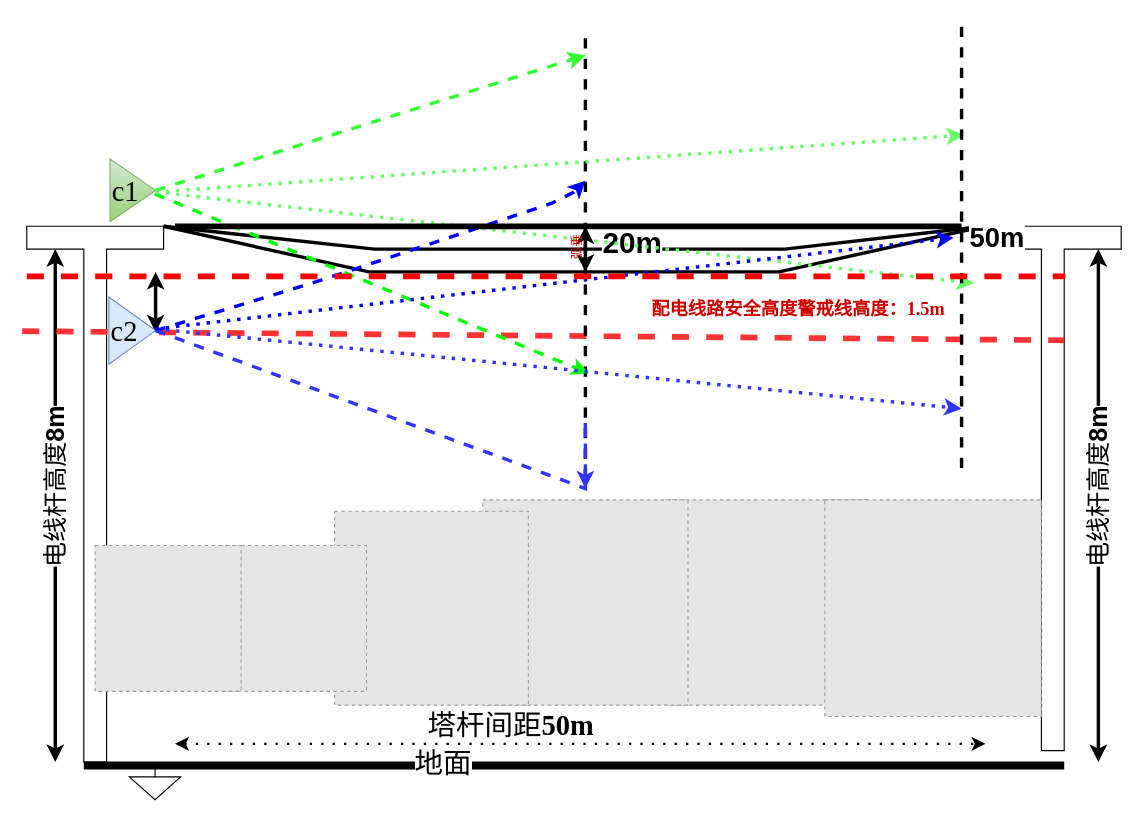
Earlier version of the draw.io diagram heigtht_safe_estimation.drawio (paleblackless/diagrams). Source tidied: cells renumbered, new cells numbered last; positions are measured from the earlier drawing's top-left corner, leaving out a move shared by most shapes. Both pictures are drawn from the tidied source at 114%, with x=0, y=0 at pixel (22, 21). Pictures stored in the file or linked from it are replaced by grey dashed boxes.
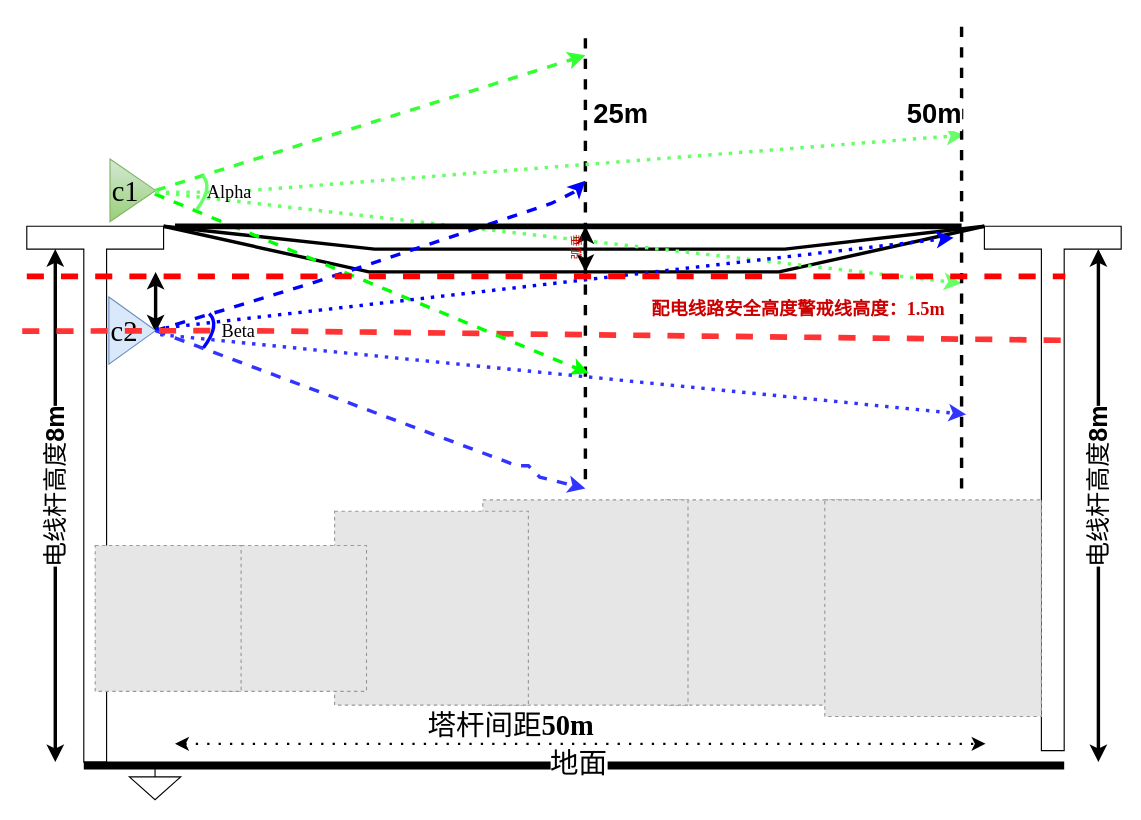
After the change.

Unchanged cells that the change refers to:
```xml
<mxCell id="7" style="endArrow=none;html=1;rounded=0;fontFamily=Times New Roman;fontSize=25;strokeWidth=7;entryX=0;entryY=0;entryDx=70;entryDy=360;entryPerimeter=0;exitX=0;exitY=0;exitDx=50;exitDy=360;exitPerimeter=0;" parent="1" edge="1">
  <mxGeometry relative="1" as="geometry">
    <mxPoint x="54" y="653" as="sourcePoint" />
    <mxPoint x="914" y="653" as="targetPoint" />
  </mxGeometry>
</mxCell>
<mxCell id="14" style="endArrow=none;html=1;rounded=0;fontFamily=Times New Roman;fontSize=25;strokeWidth=3;dashed=1;" parent="1" edge="1">
  <mxGeometry relative="1" as="geometry">
    <mxPoint x="494" y="402" as="sourcePoint" />
    <mxPoint x="494" y="10" as="targetPoint" />
  </mxGeometry>
</mxCell>
<mxCell id="25" value="c2" style="triangle;whiteSpace=wrap;html=1;fontFamily=Times New Roman;fontSize=25;fillColor=#dae8fc;strokeColor=#6c8ebf;align=left;" parent="1" vertex="1">
  <mxGeometry x="76" y="242" width="41" height="59" as="geometry" />
</mxCell>
```

What changed in the source:
```diff
@@
     <mxCell id="8" value="地面" style="edgeLabel;html=1;align=center;verticalAlign=middle;fontSize=25;fontFamily=Times New Roman;" parent="7" vertex="1">
-      <mxGeometry x="-0.27" y="3" relative="1" as="geometry" />
+      <mxGeometry x="-0.27" y="3" relative="1" as="geometry">
+        <mxPoint x="119" as="offset" />
+      </mxGeometry>
     </mxCell>
@@
-    <mxCell id="13" style="endArrow=none;dashed=1;html=1;rounded=0;fontFamily=Times New Roman;fontSize=25;strokeWidth=5;fillColor=#e51400;strokeColor=#FF3333;" parent="1" edge="1">
+    <mxCell id="13" style="endArrow=none;dashed=1;html=1;rounded=0;fontFamily=Times New Roman;fontSize=25;strokeWidth=5;fillColor=#e51400;strokeColor=#FF3333;startArrow=none;" parent="1" edge="1" source="46">
       <mxGeometry relative="1" as="geometry">
-        <mxPoint y="272" as="sourcePoint" />
         <mxPoint x="914" y="280" as="targetPoint" />
       </mxGeometry>
     </mxCell>
@@
-    <mxCell id="15" value="&lt;b style=&quot;font-size: 26px;&quot;&gt;20m&lt;/b&gt;" style="edgeLabel;html=1;align=center;verticalAlign=middle;fontSize=26;fontColor=#000000;" parent="14" vertex="1">
+    <mxCell id="15" value="&lt;b&gt;&lt;font style=&quot;font-size: 24px&quot;&gt;25m&lt;/font&gt;&lt;/b&gt;" style="edgeLabel;html=1;align=center;verticalAlign=middle;fontSize=26;fontColor=#000000;" parent="14" vertex="1">
       <mxGeometry x="0.39" relative="1" as="geometry">
-        <mxPoint x="40" y="64" as="offset" />
+        <mxPoint x="30" y="-50" as="offset" />
       </mxGeometry>
     </mxCell>
@@
     <mxCell id="20" style="endArrow=classic;html=1;rounded=0;fontFamily=Times New Roman;fontSize=25;strokeWidth=3;fillColor=#fff2cc;strokeColor=#66FF66;dashed=1;dashPattern=1 2;" parent="1" edge="1">
       <mxGeometry relative="1" as="geometry">
         <mxPoint x="117" y="150" as="sourcePoint" />
-        <mxPoint x="834.9" y="230" as="targetPoint" />
+        <mxPoint x="824" y="230" as="targetPoint" />
       </mxGeometry>
     </mxCell>
-    <mxCell id="21" style="endArrow=classic;html=1;rounded=0;fontFamily=Times New Roman;fontSize=25;strokeWidth=3;fillColor=#fff2cc;strokeColor=#66FF66;dashed=1;dashPattern=1 2;" parent="1" edge="1">
+    <mxCell id="21" style="endArrow=classic;html=1;rounded=0;fontFamily=Times New Roman;fontSize=25;strokeWidth=3;fillColor=#fff2cc;strokeColor=#66FF66;dashed=1;dashPattern=1 2;startArrow=none;" parent="1" edge="1" source="44">
       <mxGeometry relative="1" as="geometry">
-        <mxPoint x="117" y="150" as="sourcePoint" />
         <mxPoint x="826.1" y="100" as="targetPoint" />
       </mxGeometry>
     </mxCell>
@@
     <mxCell id="27" style="endArrow=classic;html=1;rounded=0;fontFamily=Times New Roman;fontSize=25;strokeWidth=3;fillColor=#d5e8d4;strokeColor=#3333FF;dashed=1;exitX=1;exitY=0.5;exitDx=0;exitDy=0;" parent="1" edge="1" source="25">
       <mxGeometry relative="1" as="geometry">
         <mxPoint x="494" y="410" as="targetPoint" />
         <Array as="points">
-          <mxPoint x="494" y="410" />
-          <mxPoint x="494" y="350" />
+          <mxPoint x="434" y="390" />
+          <mxPoint x="444" y="390" />
+          <mxPoint x="454" y="400" />
         </Array>
       </mxGeometry>
     </mxCell>
     <mxCell id="28" style="endArrow=classic;html=1;rounded=0;fontFamily=Times New Roman;fontSize=25;strokeWidth=3;fillColor=#fff2cc;strokeColor=#3333FF;dashed=1;dashPattern=1 2;" parent="1" edge="1">
       <mxGeometry relative="1" as="geometry">
-        <mxPoint x="117" y="270" as="sourcePoint" />
-        <mxPoint x="824" y="340" as="targetPoint" />
+        <mxPoint x="121" y="275" as="sourcePoint" />
+        <mxPoint x="828" y="345" as="targetPoint" />
       </mxGeometry>
     </mxCell>
@@
     <mxCell id="30" style="endArrow=none;html=1;rounded=0;fontFamily=Times New Roman;fontSize=25;strokeWidth=3;dashed=1;fillColor=none;" parent="1" edge="1">
       <mxGeometry relative="1" as="geometry">
-        <mxPoint x="824" y="392" as="sourcePoint" />
+        <mxPoint x="824" y="410" as="sourcePoint" />
         <mxPoint x="824" as="targetPoint" />
       </mxGeometry>
     </mxCell>
     <mxCell id="31" value="&lt;font color=&quot;#000000&quot; style=&quot;font-size: 24px&quot;&gt;50m&lt;/font&gt;" style="edgeLabel;html=1;align=center;verticalAlign=middle;fontSize=14;fontColor=#33FF33;labelBackgroundColor=#FFFFFF;fontStyle=1;" parent="30" vertex="1">
       <mxGeometry x="0.46" y="-4" relative="1" as="geometry">
-        <mxPoint x="26" y="84" as="offset" />
+        <mxPoint x="-29" y="-30" as="offset" />
       </mxGeometry>
     </mxCell>
@@
+    <mxCell id="42" style="curved=1;endArrow=none;html=1;rounded=0;labelBackgroundColor=none;fontFamily=Times New Roman;fontSize=16;fontColor=default;strokeColor=#0000FF;strokeWidth=3;endFill=0;" parent="1" edge="1">
+      <mxGeometry relative="1" as="geometry">
+        <mxPoint x="159" y="286.5" as="sourcePoint" />
+        <mxPoint x="164" y="256.5" as="targetPoint" />
+        <Array as="points">
+          <mxPoint x="174" y="266.5" />
+          <mxPoint x="164" y="256.5" />
+        </Array>
+      </mxGeometry>
+    </mxCell>
+    <mxCell id="43" style="curved=1;endArrow=none;html=1;rounded=0;labelBackgroundColor=none;fontFamily=Times New Roman;fontSize=16;fontColor=default;strokeColor=#66FF66;strokeWidth=3;endFill=0;" parent="1" edge="1">
+      <mxGeometry relative="1" as="geometry">
+        <mxPoint x="153" y="165.5" as="sourcePoint" />
+        <mxPoint x="158" y="135.5" as="targetPoint" />
+        <Array as="points">
+          <mxPoint x="168" y="145.5" />
+          <mxPoint x="158" y="135.5" />
+        </Array>
+      </mxGeometry>
+    </mxCell>
+    <mxCell id="44" value="Alpha" style="text;html=1;strokeColor=none;fillColor=none;align=center;verticalAlign=middle;whiteSpace=wrap;rounded=0;labelBackgroundColor=none;fontFamily=Times New Roman;fontSize=16;fontColor=default;" parent="1" vertex="1">
+      <mxGeometry x="166" y="140" width="32" height="20" as="geometry" />
+    </mxCell>
+    <mxCell id="45" style="endArrow=none;html=1;rounded=0;fontFamily=Times New Roman;fontSize=25;strokeWidth=3;fillColor=#fff2cc;strokeColor=#66FF66;dashed=1;dashPattern=1 2;" parent="1" edge="1" target="44">
+      <mxGeometry relative="1" as="geometry">
+        <mxPoint x="117" y="150" as="sourcePoint" />
+      </mxGeometry>
+    </mxCell>
+    <mxCell id="46" value="Beta" style="text;html=1;strokeColor=none;fillColor=none;align=center;verticalAlign=middle;whiteSpace=wrap;rounded=0;labelBackgroundColor=none;fontFamily=Times New Roman;fontSize=16;fontColor=default;" parent="1" vertex="1">
+      <mxGeometry x="174" y="261.5" width="32" height="20" as="geometry" />
+    </mxCell>
+    <mxCell id="47" style="endArrow=none;dashed=1;html=1;rounded=0;fontFamily=Times New Roman;fontSize=25;strokeWidth=5;fillColor=#e51400;strokeColor=#FF3333;" parent="1" edge="1" target="46">
+      <mxGeometry relative="1" as="geometry">
+        <mxPoint y="272" as="sourcePoint" />
+      </mxGeometry>
+    </mxCell>
```
